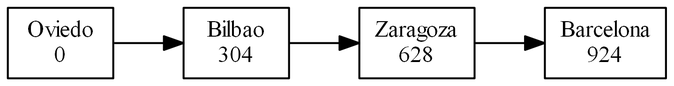
Before: [EDD]Proyecto2/Lista_Rutas0.png, a diagram exported from Graphviz (Pegre369/-EDD-Proyecto2_201701187_201706357). Its source is kept beside it as [EDD]Proyecto2/Lista_Rutas0.dot.
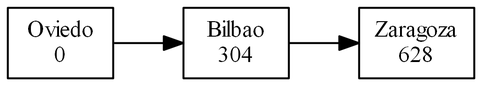
Above is the later version.

Diff of the diagram source:
```diff
@@ -8,10 +8,7 @@
 304", fontsize=12];
 Zaragoza[ label = "Zaragoza
 628", fontsize=12];
-Barcelona[ label = "Barcelona
-924", fontsize=12];
 Oviedo->Bilbao;
 Bilbao->Zaragoza;
-Zaragoza->Barcelona;
 
 }
```
